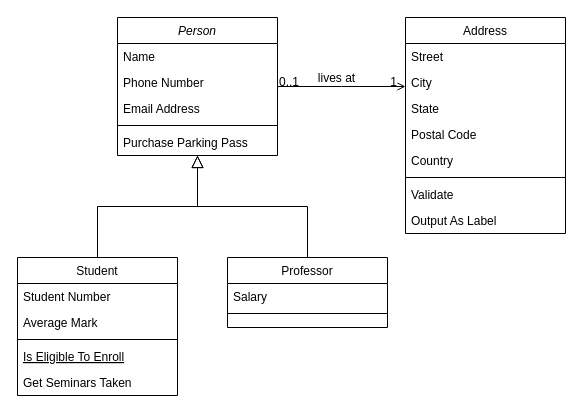
stardino2/test01 keeps this draw.io diagram as Untitled Diagram.drawio. Above is the earlier version. Source tidied: cells renumbered, new cells numbered last; positions are measured from the earlier drawing's top-left corner, leaving out a move shared by most shapes. Both pictures are drawn from the tidied source at 100%, with x=0, y=0 at pixel (17, 17).
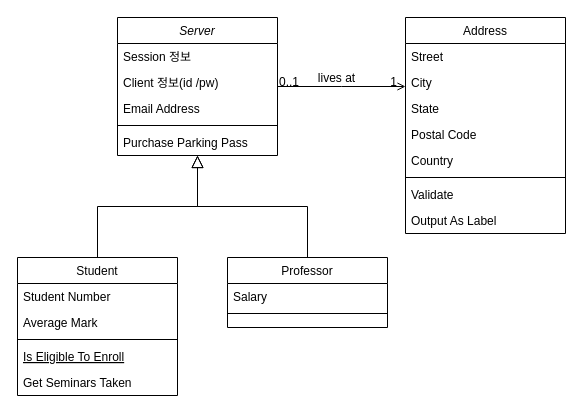
After the change.

Diff of the diagram source:
```diff
@@
-    <mxCell id="2" value="Person" style="swimlane;fontStyle=2;align=center;verticalAlign=top;horizontal=1;startSize=26;rounded=0;shadow=0;strokeWidth=1;" parent="1" vertex="1">
+    <mxCell id="2" value="Server" style="swimlane;fontStyle=2;align=center;verticalAlign=top;horizontal=1;startSize=26;rounded=0;shadow=0;strokeWidth=1;" parent="1" vertex="1">
       <mxGeometry x="100" width="160" height="138" as="geometry" />
     </mxCell>
-    <mxCell id="3" value="Name" style="text;align=left;verticalAlign=top;spacingLeft=4;spacingRight=4;overflow=hidden;" parent="2" vertex="1">
+    <mxCell id="3" value="Session 정보" style="text;align=left;verticalAlign=top;spacingLeft=4;spacingRight=4;overflow=hidden;" parent="2" vertex="1">
       <mxGeometry y="26" width="160" height="26" as="geometry" />
     </mxCell>
-    <mxCell id="4" value="Phone Number" style="text;align=left;verticalAlign=top;spacingLeft=4;spacingRight=4;overflow=hidden;rounded=0;shadow=0;html=0;" parent="2" vertex="1">
+    <mxCell id="4" value="Client 정보(id /pw)&#10;" style="text;align=left;verticalAlign=top;spacingLeft=4;spacingRight=4;overflow=hidden;rounded=0;shadow=0;html=0;" parent="2" vertex="1">
       <mxGeometry y="52" width="160" height="26" as="geometry" />
     </mxCell>
```
